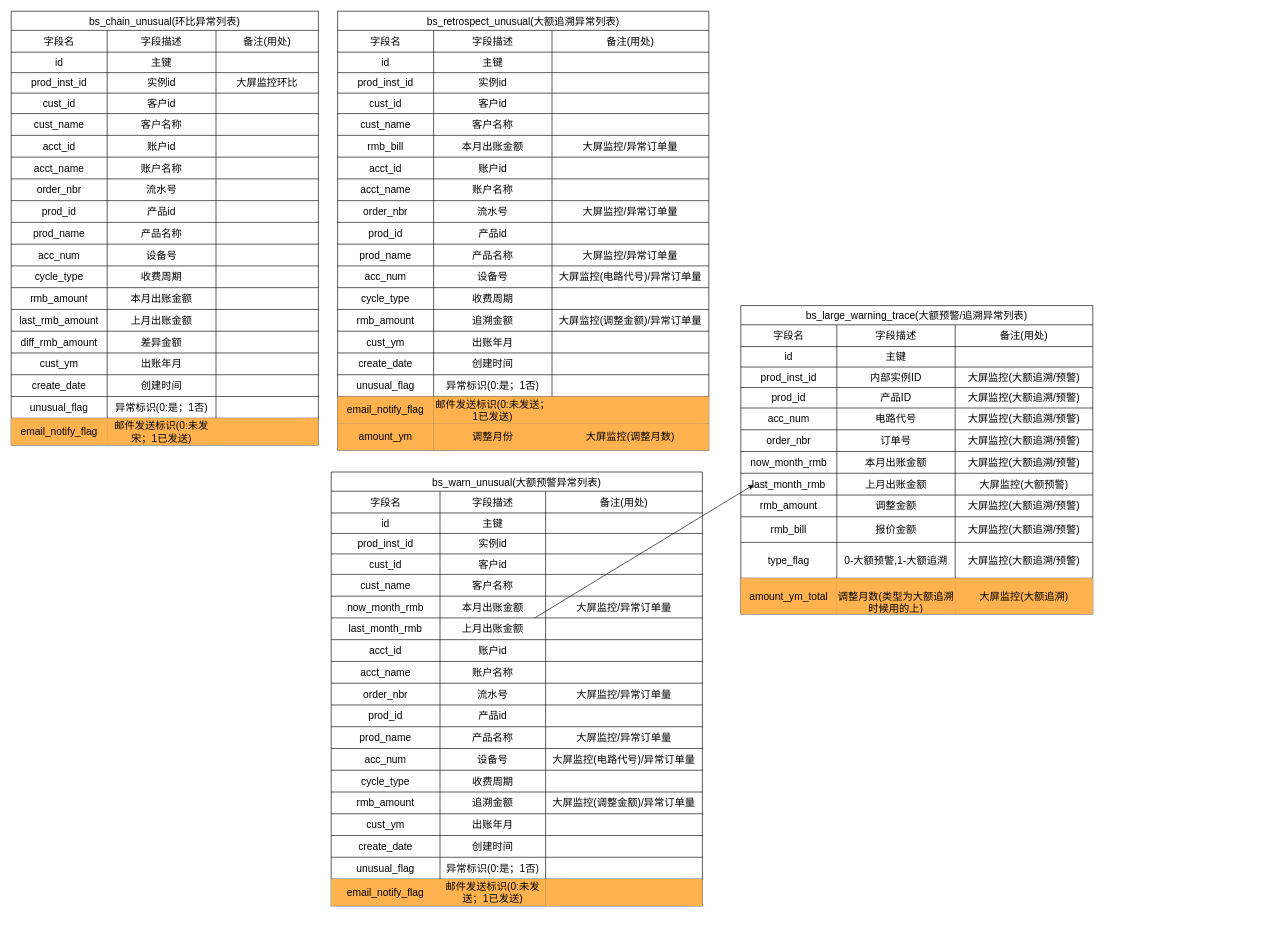
Earlier version of the draw.io diagram 环比异常设计.drawio (kunge2013/draw_view). Source tidied: cells renumbered, new cells numbered last; positions are measured from the earlier drawing's top-left corner, leaving out a move shared by most shapes. Both pictures are drawn from the tidied source at 64%, with x=0, y=0 at pixel (11, 11).
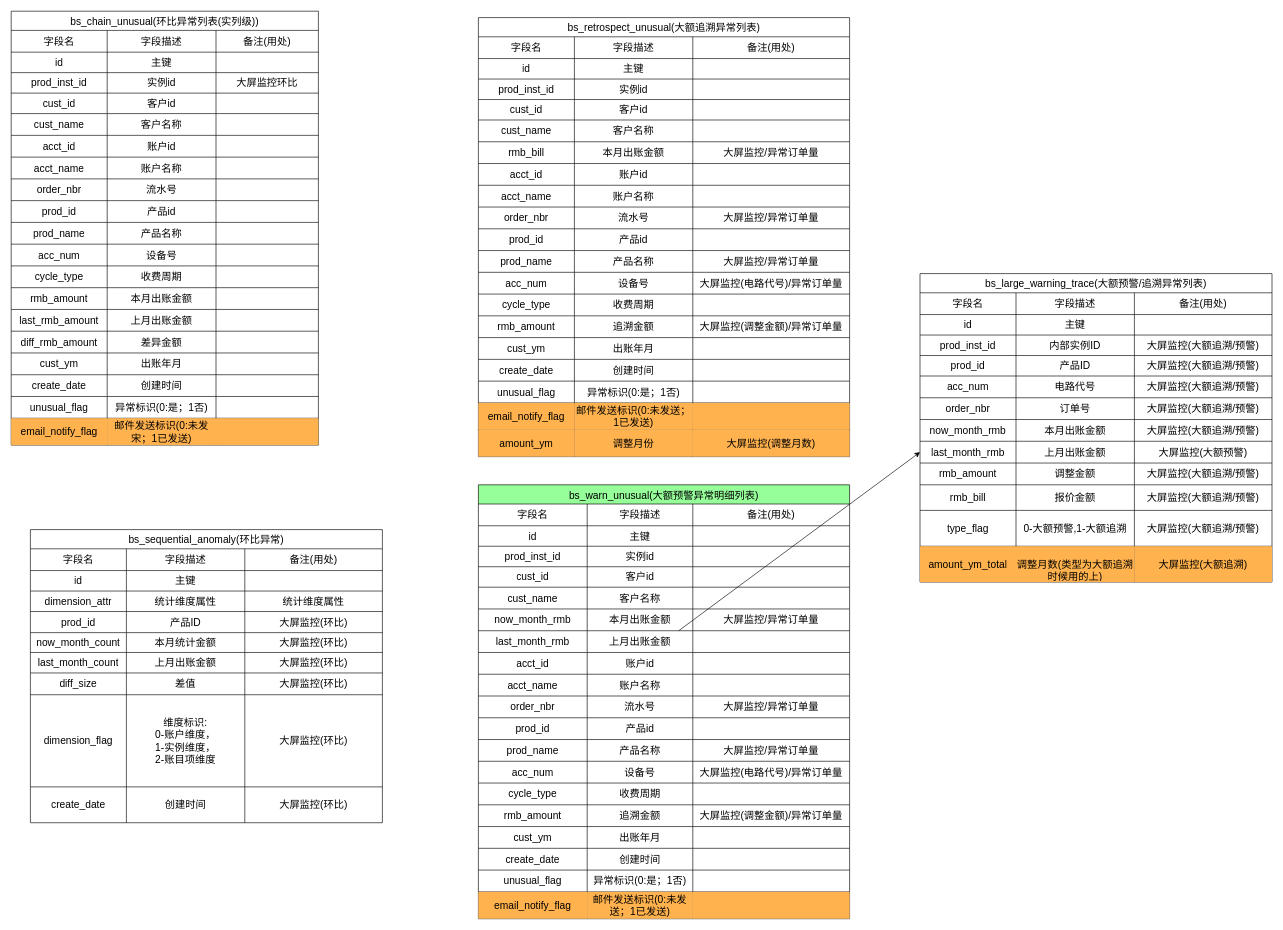
After the change.

Commit message (it also covers changes not shown here):
更新环比异常设计.drawio

Unchanged cells that the change refers to:
```xml
<mxCell id="185" style="shape=tableRow;horizontal=0;startSize=0;swimlaneHead=0;swimlaneBody=0;strokeColor=inherit;top=0;left=0;bottom=0;right=0;fillColor=none;points=[[0,0.5],[1,0.5]];portConstraint=eastwest;fontSize=16;" parent="156" vertex="1">
  <mxGeometry y="262" width="550" height="34" as="geometry" />
</mxCell>
<mxCell id="230" style="shape=tableRow;horizontal=0;startSize=0;swimlaneHead=0;swimlaneBody=0;strokeColor=inherit;top=0;left=0;bottom=0;right=0;fillColor=none;points=[[0,0.5],[1,0.5]];portConstraint=eastwest;fontSize=16;" parent="205" vertex="1">
  <mxGeometry y="228" width="580" height="34" as="geometry" />
</mxCell>
```

The edit, as a diff of the source:
```diff
@@
-    <mxCell id="2" value="bs_chain_unusual(环比异常列表)" style="shape=table;startSize=30;childLayout=tableLayout;strokeColor=default;fontSize=16;" parent="1" vertex="1">
+    <mxCell id="2" value="bs_chain_unusual(环比异常列表(实列级))" style="shape=table;startSize=30;childLayout=tableLayout;strokeColor=default;fontSize=16;" parent="1" vertex="1">
       <mxGeometry width="480" height="678" as="geometry" />
     </mxCell>
@@
     <mxCell id="79" value="bs_retrospect_unusual(大额追溯异常列表)" style="shape=table;startSize=30;childLayout=tableLayout;strokeColor=default;fontSize=16;" parent="1" vertex="1">
-      <mxGeometry x="510" width="580" height="686" as="geometry" />
+      <mxGeometry x="730" y="10" width="580" height="686" as="geometry" />
     </mxCell>
@@
     <mxCell id="156" value="bs_large_warning_trace(大额预警/追溯异常列表)" style="shape=table;startSize=30;childLayout=tableLayout;strokeColor=default;fontSize=16;" parent="1" vertex="1">
-      <mxGeometry x="1140" y="460" width="550" height="482" as="geometry" />
+      <mxGeometry x="1420" y="410" width="550" height="482" as="geometry" />
     </mxCell>
@@
-    <mxCell id="205" value="bs_warn_unusual(大额预警异常列表)" style="shape=table;startSize=30;childLayout=tableLayout;strokeColor=default;fontSize=16;" parent="1" vertex="1">
-      <mxGeometry x="500" y="720" width="580" height="678" as="geometry" />
+    <mxCell id="205" value="bs_warn_unusual(大额预警异常明细列表)" style="shape=table;startSize=30;childLayout=tableLayout;strokeColor=default;fontSize=16;fillColor=#96FF9A;" parent="1" vertex="1">
+      <mxGeometry x="730" y="740" width="580" height="678" as="geometry" />
     </mxCell>
@@
-    <mxCell id="282" style="edgeStyle=none;rounded=0;jettySize=auto;html=1;" parent="1" edge="1" source="230">
-      <mxGeometry relative="1" as="geometry">
-        <mxPoint x="1160" y="740" as="targetPoint" />
-      </mxGeometry>
+    <mxCell id="282" style="edgeStyle=none;rounded=0;jettySize=auto;html=1;entryX=0;entryY=0.5;entryDx=0;entryDy=0;" parent="1" edge="1" source="230" target="185">
+      <mxGeometry relative="1" as="geometry" />
     </mxCell>
+    <mxCell id="283" value="bs_sequential_anomaly(环比异常)" style="shape=table;startSize=30;childLayout=tableLayout;strokeColor=default;fontSize=16;" parent="1" vertex="1">
+      <mxGeometry x="30" y="810" width="550" height="458" as="geometry" />
+    </mxCell>
+    <mxCell id="284" style="shape=tableRow;horizontal=0;startSize=0;swimlaneHead=0;swimlaneBody=0;strokeColor=inherit;top=0;left=0;bottom=0;right=0;fillColor=none;fontSize=16;" parent="283" vertex="1">
+      <mxGeometry y="30" width="550" height="34" as="geometry" />
+    </mxCell>
+    <mxCell id="285" value="字段名" style="shape=partialRectangle;html=1;whiteSpace=wrap;strokeColor=inherit;overflow=hidden;fillColor=none;top=0;left=0;bottom=0;right=0;fontSize=16;align=center;" parent="284" vertex="1">
+      <mxGeometry width="150" height="34" as="geometry" />
+    </mxCell>
+    <mxCell id="286" value="字段描述" style="shape=partialRectangle;html=1;whiteSpace=wrap;strokeColor=inherit;overflow=hidden;fillColor=none;top=0;left=0;bottom=0;right=0;fontSize=16;" parent="284" vertex="1">
+      <mxGeometry x="150" width="185" height="34" as="geometry" />
+    </mxCell>
+    <mxCell id="287" value="&lt;span style=&quot;color: rgb(0, 0, 0); font-family: Helvetica; font-size: 16px; font-style: normal; font-variant-ligatures: normal; font-variant-caps: normal; font-weight: 400; letter-spacing: normal; orphans: 2; text-align: center; text-indent: 0px; text-transform: none; widows: 2; word-spacing: 0px; -webkit-text-stroke-width: 0px; background-color: rgb(251, 251, 251); text-decoration-thickness: initial; text-decoration-style: initial; text-decoration-color: initial; float: none; display: inline !important;&quot;&gt;备注(用处)&lt;/span&gt;" style="shape=partialRectangle;html=1;whiteSpace=wrap;strokeColor=inherit;overflow=hidden;fillColor=none;top=0;left=0;bottom=0;right=0;fontSize=16;" parent="284" vertex="1">
+      <mxGeometry x="335" width="215" height="34" as="geometry" />
+    </mxCell>
+    <mxCell id="288" style="shape=tableRow;horizontal=0;startSize=0;swimlaneHead=0;swimlaneBody=0;strokeColor=inherit;top=0;left=0;bottom=0;right=0;fillColor=none;fontSize=16;" parent="283" vertex="1">
+      <mxGeometry y="64" width="550" height="32" as="geometry" />
+    </mxCell>
+    <mxCell id="289" value="id" style="shape=partialRectangle;html=1;whiteSpace=wrap;strokeColor=inherit;overflow=hidden;fillColor=none;top=0;left=0;bottom=0;right=0;fontSize=16;" parent="288" vertex="1">
+      <mxGeometry width="150" height="32" as="geometry" />
+    </mxCell>
+    <mxCell id="290" value="主键" style="shape=partialRectangle;html=1;whiteSpace=wrap;strokeColor=inherit;overflow=hidden;fillColor=none;top=0;left=0;bottom=0;right=0;fontSize=16;" parent="288" vertex="1">
+      <mxGeometry x="150" width="185" height="32" as="geometry" />
+    </mxCell>
+    <mxCell id="291" style="shape=partialRectangle;html=1;whiteSpace=wrap;strokeColor=inherit;overflow=hidden;fillColor=none;top=0;left=0;bottom=0;right=0;fontSize=16;" parent="288" vertex="1">
+      <mxGeometry x="335" width="215" height="32" as="geometry" />
+    </mxCell>
+    <mxCell id="292" style="shape=tableRow;horizontal=0;startSize=0;swimlaneHead=0;swimlaneBody=0;strokeColor=inherit;top=0;left=0;bottom=0;right=0;fillColor=none;fontSize=16;" parent="283" vertex="1">
+      <mxGeometry y="96" width="550" height="32" as="geometry" />
+    </mxCell>
+    <mxCell id="293" value="dimension_attr" style="shape=partialRectangle;html=1;whiteSpace=wrap;strokeColor=inherit;overflow=hidden;fillColor=none;top=0;left=0;bottom=0;right=0;fontSize=16;" parent="292" vertex="1">
+      <mxGeometry width="150" height="32" as="geometry" />
+    </mxCell>
+    <mxCell id="294" value="统计维度属性" style="shape=partialRectangle;html=1;whiteSpace=wrap;strokeColor=inherit;overflow=hidden;fillColor=none;top=0;left=0;bottom=0;right=0;fontSize=16;" parent="292" vertex="1">
+      <mxGeometry x="150" width="185" height="32" as="geometry" />
+    </mxCell>
+    <mxCell id="295" value="统计维度属性" style="shape=partialRectangle;html=1;whiteSpace=wrap;strokeColor=inherit;overflow=hidden;fillColor=none;top=0;left=0;bottom=0;right=0;fontSize=16;" parent="292" vertex="1">
+      <mxGeometry x="335" width="215" height="32" as="geometry" />
+    </mxCell>
+    <mxCell id="296" style="shape=tableRow;horizontal=0;startSize=0;swimlaneHead=0;swimlaneBody=0;strokeColor=inherit;top=0;left=0;bottom=0;right=0;fillColor=none;fontSize=16;" parent="283" vertex="1">
+      <mxGeometry y="128" width="550" height="33" as="geometry" />
+    </mxCell>
+    <mxCell id="297" value="prod_id" style="shape=partialRectangle;html=1;whiteSpace=wrap;strokeColor=inherit;overflow=hidden;fillColor=none;top=0;left=0;bottom=0;right=0;fontSize=16;" parent="296" vertex="1">
+      <mxGeometry width="150" height="33" as="geometry" />
+    </mxCell>
+    <mxCell id="298" value="产品ID" style="shape=partialRectangle;html=1;whiteSpace=wrap;strokeColor=inherit;overflow=hidden;fillColor=none;top=0;left=0;bottom=0;right=0;fontSize=16;" parent="296" vertex="1">
+      <mxGeometry x="150" width="185" height="33" as="geometry" />
+    </mxCell>
+    <mxCell id="299" value="大屏监控(环比)" style="shape=partialRectangle;html=1;whiteSpace=wrap;strokeColor=inherit;overflow=hidden;fillColor=none;top=0;left=0;bottom=0;right=0;fontSize=16;" parent="296" vertex="1">
+      <mxGeometry x="335" width="215" height="33" as="geometry" />
+    </mxCell>
+    <mxCell id="300" style="shape=tableRow;horizontal=0;startSize=0;swimlaneHead=0;swimlaneBody=0;strokeColor=inherit;top=0;left=0;bottom=0;right=0;fillColor=none;fontSize=16;" parent="283" vertex="1">
+      <mxGeometry y="161" width="550" height="31" as="geometry" />
+    </mxCell>
+    <mxCell id="301" value="now_month_count" style="shape=partialRectangle;html=1;whiteSpace=wrap;strokeColor=inherit;overflow=hidden;fillColor=none;top=0;left=0;bottom=0;right=0;fontSize=16;" parent="300" vertex="1">
+      <mxGeometry width="150" height="31" as="geometry" />
+    </mxCell>
+    <mxCell id="302" value="本月统计金额" style="shape=partialRectangle;html=1;whiteSpace=wrap;strokeColor=inherit;overflow=hidden;fillColor=none;top=0;left=0;bottom=0;right=0;fontSize=16;" parent="300" vertex="1">
+      <mxGeometry x="150" width="185" height="31" as="geometry" />
+    </mxCell>
+    <mxCell id="303" value="大屏监控(环比)" style="shape=partialRectangle;html=1;whiteSpace=wrap;strokeColor=inherit;overflow=hidden;fillColor=none;top=0;left=0;bottom=0;right=0;fontSize=16;" parent="300" vertex="1">
+      <mxGeometry x="335" width="215" height="31" as="geometry" />
+    </mxCell>
+    <mxCell id="304" style="shape=tableRow;horizontal=0;startSize=0;swimlaneHead=0;swimlaneBody=0;strokeColor=inherit;top=0;left=0;bottom=0;right=0;fillColor=none;fontSize=16;" parent="283" vertex="1">
+      <mxGeometry y="192" width="550" height="32" as="geometry" />
+    </mxCell>
+    <mxCell id="305" value="last_month_count" style="shape=partialRectangle;html=1;whiteSpace=wrap;strokeColor=inherit;overflow=hidden;fillColor=none;top=0;left=0;bottom=0;right=0;fontSize=16;" parent="304" vertex="1">
+      <mxGeometry width="150" height="32" as="geometry" />
+    </mxCell>
+    <mxCell id="306" value="上月出账金额" style="shape=partialRectangle;html=1;whiteSpace=wrap;strokeColor=inherit;overflow=hidden;fillColor=none;top=0;left=0;bottom=0;right=0;fontSize=16;" parent="304" vertex="1">
+      <mxGeometry x="150" width="185" height="32" as="geometry" />
+    </mxCell>
+    <mxCell id="307" value="大屏监控(环比)" style="shape=partialRectangle;html=1;whiteSpace=wrap;strokeColor=inherit;overflow=hidden;fillColor=none;top=0;left=0;bottom=0;right=0;fontSize=16;" parent="304" vertex="1">
+      <mxGeometry x="335" width="215" height="32" as="geometry" />
+    </mxCell>
+    <mxCell id="308" style="shape=tableRow;horizontal=0;startSize=0;swimlaneHead=0;swimlaneBody=0;strokeColor=inherit;top=0;left=0;bottom=0;right=0;fillColor=none;fontSize=16;" parent="283" vertex="1">
+      <mxGeometry y="224" width="550" height="34" as="geometry" />
+    </mxCell>
+    <mxCell id="309" value="diff_size" style="shape=partialRectangle;html=1;whiteSpace=wrap;strokeColor=inherit;overflow=hidden;fillColor=none;top=0;left=0;bottom=0;right=0;fontSize=16;" parent="308" vertex="1">
+      <mxGeometry width="150" height="34" as="geometry" />
+    </mxCell>
+    <mxCell id="310" value="差值" style="shape=partialRectangle;html=1;whiteSpace=wrap;strokeColor=inherit;overflow=hidden;fillColor=none;top=0;left=0;bottom=0;right=0;fontSize=16;" parent="308" vertex="1">
+      <mxGeometry x="150" width="185" height="34" as="geometry" />
+    </mxCell>
+    <mxCell id="311" value="大屏监控(环比)" style="shape=partialRectangle;html=1;whiteSpace=wrap;strokeColor=inherit;overflow=hidden;fillColor=none;top=0;left=0;bottom=0;right=0;fontSize=16;" parent="308" vertex="1">
+      <mxGeometry x="335" width="215" height="34" as="geometry" />
+    </mxCell>
+    <mxCell id="312" style="shape=tableRow;horizontal=0;startSize=0;swimlaneHead=0;swimlaneBody=0;strokeColor=inherit;top=0;left=0;bottom=0;right=0;fillColor=none;fontSize=16;" parent="283" vertex="1">
+      <mxGeometry y="258" width="550" height="144" as="geometry" />
+    </mxCell>
+    <mxCell id="313" value="dimension_flag" style="shape=partialRectangle;html=1;whiteSpace=wrap;strokeColor=inherit;overflow=hidden;fillColor=none;top=0;left=0;bottom=0;right=0;fontSize=16;" parent="312" vertex="1">
+      <mxGeometry width="150" height="144" as="geometry" />
+    </mxCell>
+    <mxCell id="314" value="维度标识: &lt;br&gt;0-账户维度，&lt;br&gt;1-实例维度，&lt;br&gt;2-账目项维度" style="shape=partialRectangle;html=1;whiteSpace=wrap;strokeColor=inherit;overflow=hidden;fillColor=none;top=0;left=0;bottom=0;right=0;fontSize=16;" parent="312" vertex="1">
+      <mxGeometry x="150" width="185" height="144" as="geometry" />
+    </mxCell>
+    <mxCell id="315" value="大屏监控(环比)" style="shape=partialRectangle;html=1;whiteSpace=wrap;strokeColor=inherit;overflow=hidden;fillColor=none;top=0;left=0;bottom=0;right=0;fontSize=16;" parent="312" vertex="1">
+      <mxGeometry x="335" width="215" height="144" as="geometry" />
+    </mxCell>
+    <mxCell id="316" style="shape=tableRow;horizontal=0;startSize=0;swimlaneHead=0;swimlaneBody=0;strokeColor=inherit;top=0;left=0;bottom=0;right=0;fillColor=none;fontSize=16;" parent="283" vertex="1">
+      <mxGeometry y="402" width="550" height="56" as="geometry" />
+    </mxCell>
+    <mxCell id="317" value="create_date" style="shape=partialRectangle;html=1;whiteSpace=wrap;strokeColor=inherit;overflow=hidden;fillColor=none;top=0;left=0;bottom=0;right=0;fontSize=16;" parent="316" vertex="1">
+      <mxGeometry width="150" height="56" as="geometry" />
+    </mxCell>
+    <mxCell id="318" value="创建时间" style="shape=partialRectangle;html=1;whiteSpace=wrap;strokeColor=inherit;overflow=hidden;fillColor=none;top=0;left=0;bottom=0;right=0;fontSize=16;" parent="316" vertex="1">
+      <mxGeometry x="150" width="185" height="56" as="geometry" />
+    </mxCell>
+    <mxCell id="319" value="大屏监控(环比)" style="shape=partialRectangle;html=1;whiteSpace=wrap;strokeColor=inherit;overflow=hidden;fillColor=none;top=0;left=0;bottom=0;right=0;fontSize=16;" parent="316" vertex="1">
+      <mxGeometry x="335" width="215" height="56" as="geometry" />
+    </mxCell>
```
